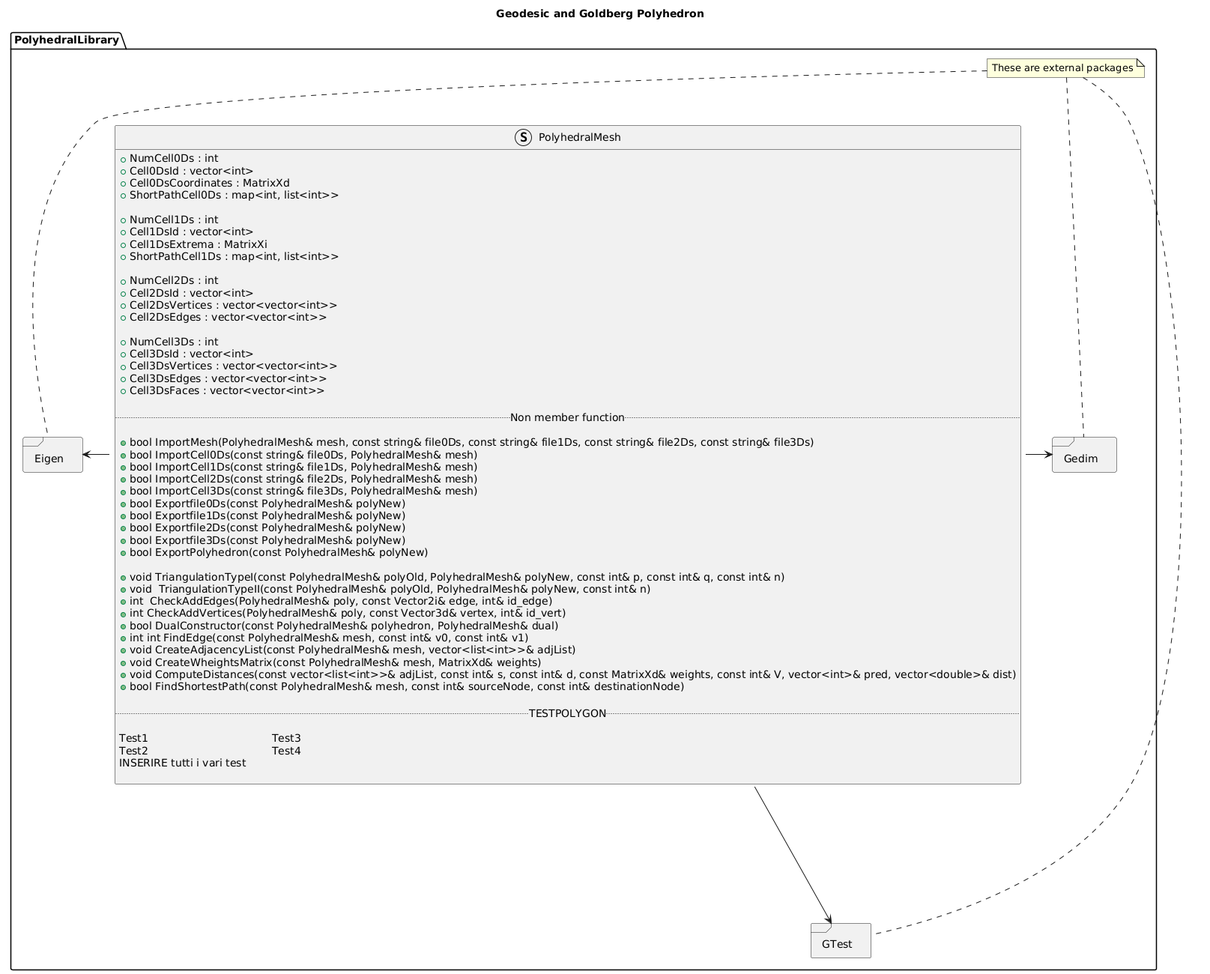
Arianna2953/ProgettoPCS2025 keeps this PlantUML diagram as Documentation/PolyhedralMesh.png. Above is the earlier version.
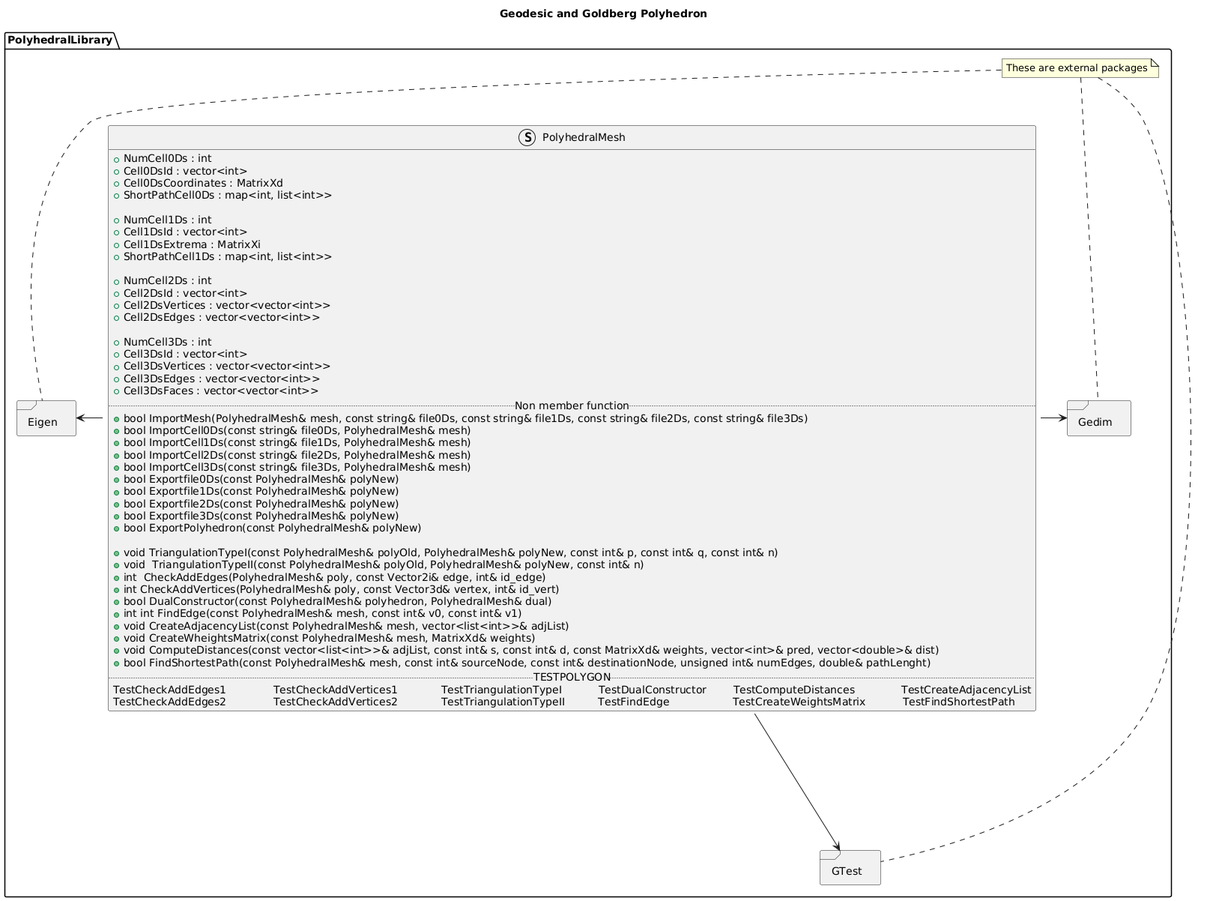
After the change.

The edit, as a diff of the source:
```diff
@@ -25,19 +25,17 @@
   + Cell3DsVertices : vector<vector<int>>
   + Cell3DsEdges : vector<vector<int>>
   + Cell3DsFaces : vector<vector<int>>
-
 .. Non member function ..
-
     + bool ImportMesh(PolyhedralMesh& mesh, const string& file0Ds, const string& file1Ds, const string& file2Ds, const string& file3Ds)
-      + bool ImportCell0Ds(const string& file0Ds, PolyhedralMesh& mesh)
-      + bool ImportCell1Ds(const string& file1Ds, PolyhedralMesh& mesh)
-      + bool ImportCell2Ds(const string& file2Ds, PolyhedralMesh& mesh)
-      + bool ImportCell3Ds(const string& file3Ds, PolyhedralMesh& mesh)
-      + bool Exportfile0Ds(const PolyhedralMesh& polyNew)
-      + bool Exportfile1Ds(const PolyhedralMesh& polyNew)
-      + bool Exportfile2Ds(const PolyhedralMesh& polyNew)
-      + bool Exportfile3Ds(const PolyhedralMesh& polyNew)
-      + bool ExportPolyhedron(const PolyhedralMesh& polyNew)
+    + bool ImportCell0Ds(const string& file0Ds, PolyhedralMesh& mesh)
+    + bool ImportCell1Ds(const string& file1Ds, PolyhedralMesh& mesh)
+    + bool ImportCell2Ds(const string& file2Ds, PolyhedralMesh& mesh)
+    + bool ImportCell3Ds(const string& file3Ds, PolyhedralMesh& mesh)
+    + bool Exportfile0Ds(const PolyhedralMesh& polyNew)
+    + bool Exportfile1Ds(const PolyhedralMesh& polyNew)
+    + bool Exportfile2Ds(const PolyhedralMesh& polyNew)
+    + bool Exportfile3Ds(const PolyhedralMesh& polyNew)
+    + bool ExportPolyhedron(const PolyhedralMesh& polyNew)
 
     + void TriangulationTypeI(const PolyhedralMesh& polyOld, PolyhedralMesh& polyNew, const int& p, const int& q, const int& n)
     + void  TriangulationTypeII(const PolyhedralMesh& polyOld, PolyhedralMesh& polyNew, const int& n)
@@ -47,15 +45,11 @@
     + int int FindEdge(const PolyhedralMesh& mesh, const int& v0, const int& v1)
     + void CreateAdjacencyList(const PolyhedralMesh& mesh, vector<list<int>>& adjList)
     + void CreateWheightsMatrix(const PolyhedralMesh& mesh, MatrixXd& weights)
-    + void ComputeDistances(const vector<list<int>>& adjList, const int& s, const int& d, const MatrixXd& weights, const int& V, vector<int>& pred, vector<double>& dist)
-    + bool FindShortestPath(const PolyhedralMesh& mesh, const int& sourceNode, const int& destinationNode)
-
+    + void ComputeDistances(const vector<list<int>>& adjList, const int& s, const int& d, const MatrixXd& weights, vector<int>& pred, vector<double>& dist)
+    + bool FindShortestPath(const PolyhedralMesh& mesh, const int& sourceNode, const int& destinationNode, unsigned int& numEdges, double& pathLenght)
 .. TESTPOLYGON ..
-
-Test1                                     Test3
-Test2                                     Test4
-INSERIRE tutti i vari test
-
+TestCheckAddEdges1              TestCheckAddVertices1             TestTriangulationTypeI           TestDualConstructor        TestComputeDistances              TestCreateAdjacencyList
+TestCheckAddEdges2              TestCheckAddVertices2             TestTriangulationTypeII          TestFindEdge                   TestCreateWeightsMatrix           TestFindShortestPath
 }
 
 package Gedim <<Frame>>
@@ -70,9 +64,11 @@
 {
 
 }
+
+PolyhedralMesh::Interface --down--> GTest
 PolyhedralMesh::Interface --right--> Gedim
 PolyhedralMesh::Interface --left--> Eigen
-PolyhedralMesh::Interface --down--> GTest
+
 
 
 note "These are external packages" as Note
```
